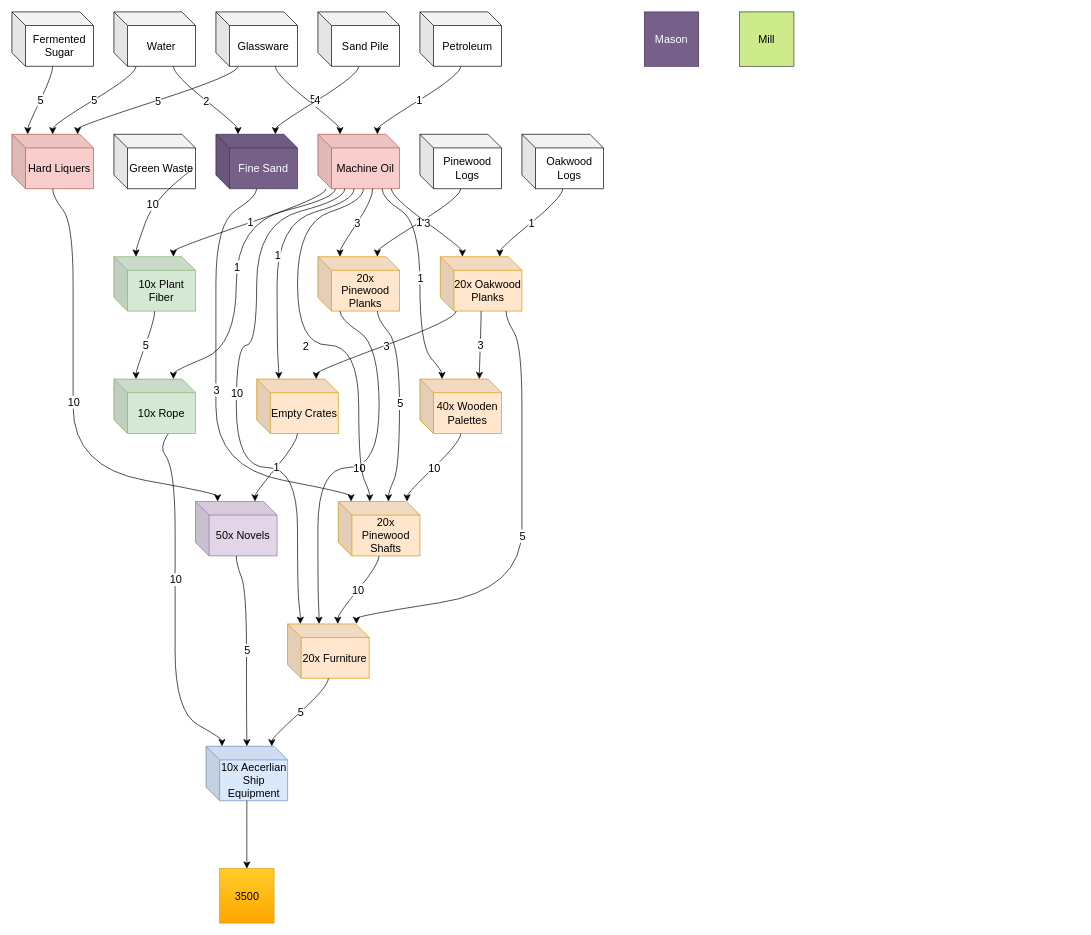
This is Growth/Making Aercilian Ship Equipment.drawio from GraemeBradbury/animated-potato, a draw.io file, before an edit. Source tidied: cells renumbered, new cells numbered last; positions are measured from the earlier drawing's top-left corner, leaving out a move shared by most shapes. Both pictures are drawn from the tidied source at 68%, with x=0, y=0 at pixel (12, 12).
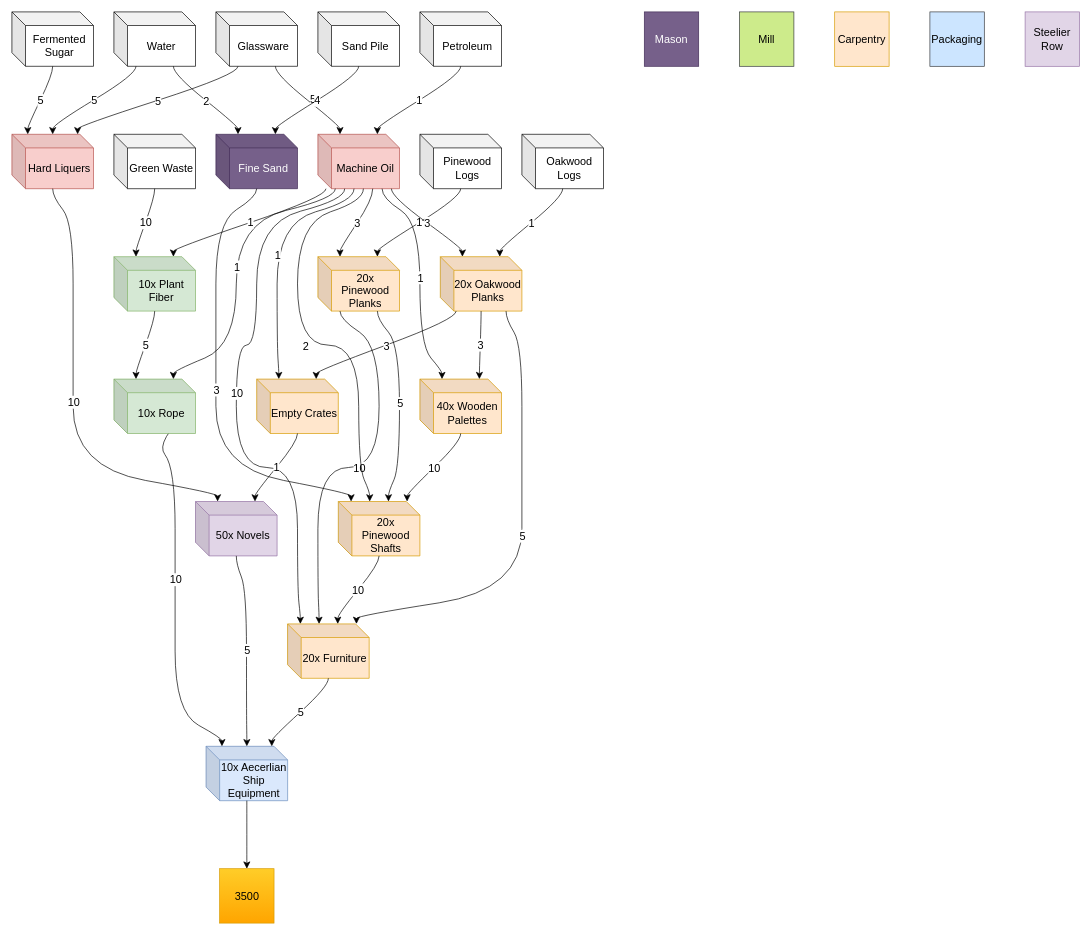
The same page after the edit.

The change refers to these unchanged cells:
```xml
<mxCell id="34" value="10x Plant Fiber" style="shape=cube;whiteSpace=wrap;html=1;boundedLbl=1;backgroundOutline=1;darkOpacity=0.05;darkOpacity2=0.1;fontSize=16;fillColor=#d5e8d4;strokeColor=#82b366;" parent="1" vertex="1">
  <mxGeometry x="150" y="360" width="120" height="80" as="geometry" />
</mxCell>
<mxCell id="37" value="Green Waste" style="shape=cube;whiteSpace=wrap;html=1;boundedLbl=1;backgroundOutline=1;darkOpacity=0.05;darkOpacity2=0.1;fontSize=16;" parent="1" vertex="1">
  <mxGeometry x="150" y="180" width="120" height="80" as="geometry" />
</mxCell>
```

Change to the diagram source:
```diff
@@
-    <mxCell id="38" style="endArrow=classic;html=1;rounded=0;fontSize=12;startSize=8;endSize=8;curved=1;exitX=0.967;exitY=0.638;exitDx=0;exitDy=0;exitPerimeter=0;noEdgeStyle=1;orthogonal=1;" parent="1" edge="1" source="37" target="34">
+    <mxCell id="38" style="endArrow=classic;html=1;rounded=0;fontSize=12;startSize=8;endSize=8;curved=1;noEdgeStyle=1;orthogonal=1;" parent="1" edge="1" source="37" target="34">
       <mxGeometry relative="1" as="geometry">
         <Array as="points">
           <mxPoint x="210" y="272" />
           <mxPoint x="182.5" y="348" />
         </Array>
       </mxGeometry>
     </mxCell>
@@
+    <mxCell id="91" value="Carpentry" style="whiteSpace=wrap;html=1;fontSize=16;fillColor=#ffe6cc;strokeColor=#d79b00;" parent="1" vertex="1">
+      <mxGeometry x="1210" width="80" height="80" as="geometry" />
+    </mxCell>
+    <mxCell id="92" value="Packaging" style="whiteSpace=wrap;html=1;fontSize=16;fillColor=#cce5ff;strokeColor=#36393d;" parent="1" vertex="1">
+      <mxGeometry x="1350" width="80" height="80" as="geometry" />
+    </mxCell>
+    <mxCell id="93" value="Steelier Row" style="whiteSpace=wrap;html=1;fontSize=16;fillColor=#e1d5e7;strokeColor=#9673a6;" parent="1" vertex="1">
+      <mxGeometry x="1490" width="80" height="80" as="geometry" />
+    </mxCell>
```
